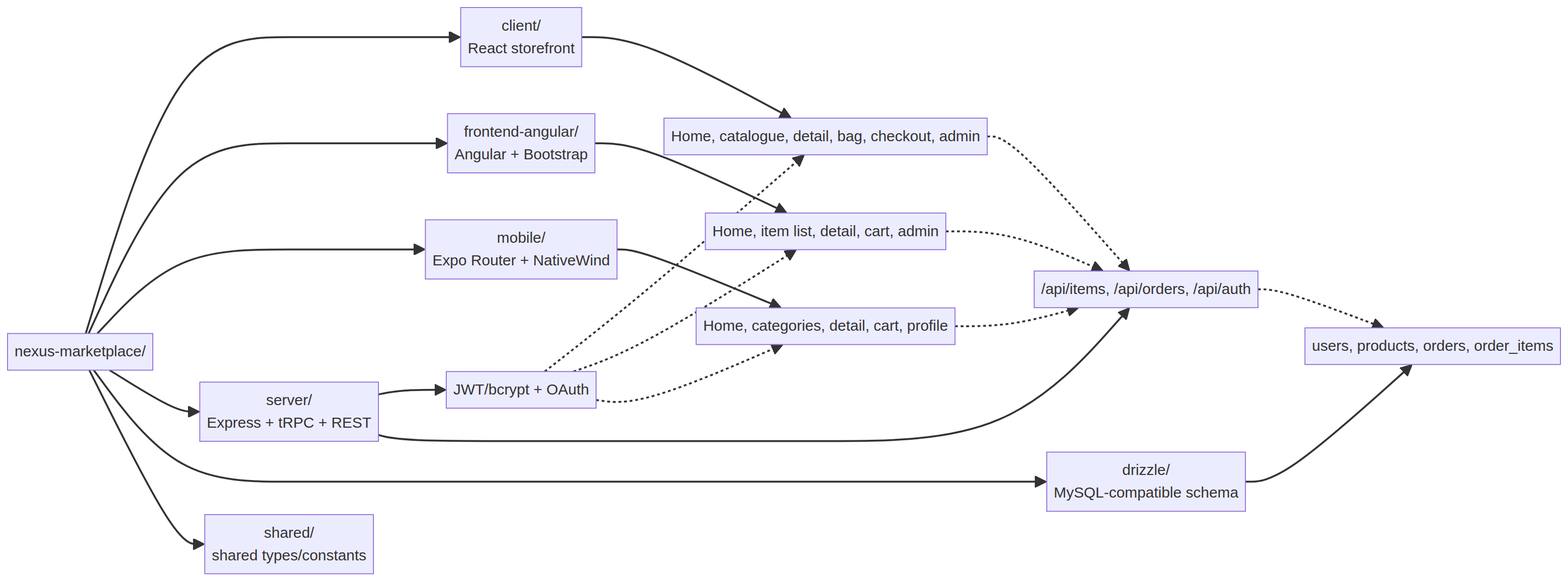
MusaNkosi08/nexus-marketplace keeps this Mermaid diagram as docs/nexus-folder-structure.png. Above is the earlier version. Its source is kept beside it as docs/nexus-folder-structure.mmd. Its diagram source:
```mermaid
flowchart LR
  ROOT["nexus-marketplace/"]
  ROOT --> WEB["client/\nReact storefront"]
  ROOT --> ANG["frontend-angular/\nAngular + Bootstrap"]
  ROOT --> MOB["mobile/\nExpo Router + NativeWind"]
  ROOT --> SERVER["server/\nExpress + tRPC + REST"]
  ROOT --> DB["drizzle/\nMySQL-compatible schema"]
  ROOT --> SHARED["shared/\nshared types/constants"]

  WEB --> WEBP["Home, catalogue, detail, bag, checkout, admin"]
  ANG --> ANGP["Home, item list, detail, cart, admin"]
  MOB --> MOBP["Home, categories, detail, cart, profile"]
  SERVER --> AUTH["JWT/bcrypt + OAuth"]
  SERVER --> API["/api/items, /api/orders, /api/auth"]
  DB --> TABLES["users, products, orders, order_items"]

  WEBP -.-> API
  ANGP -.-> API
  MOBP -.-> API
  API -.-> TABLES
  AUTH -.-> WEBP
  AUTH -.-> ANGP
  AUTH -.-> MOBP
```
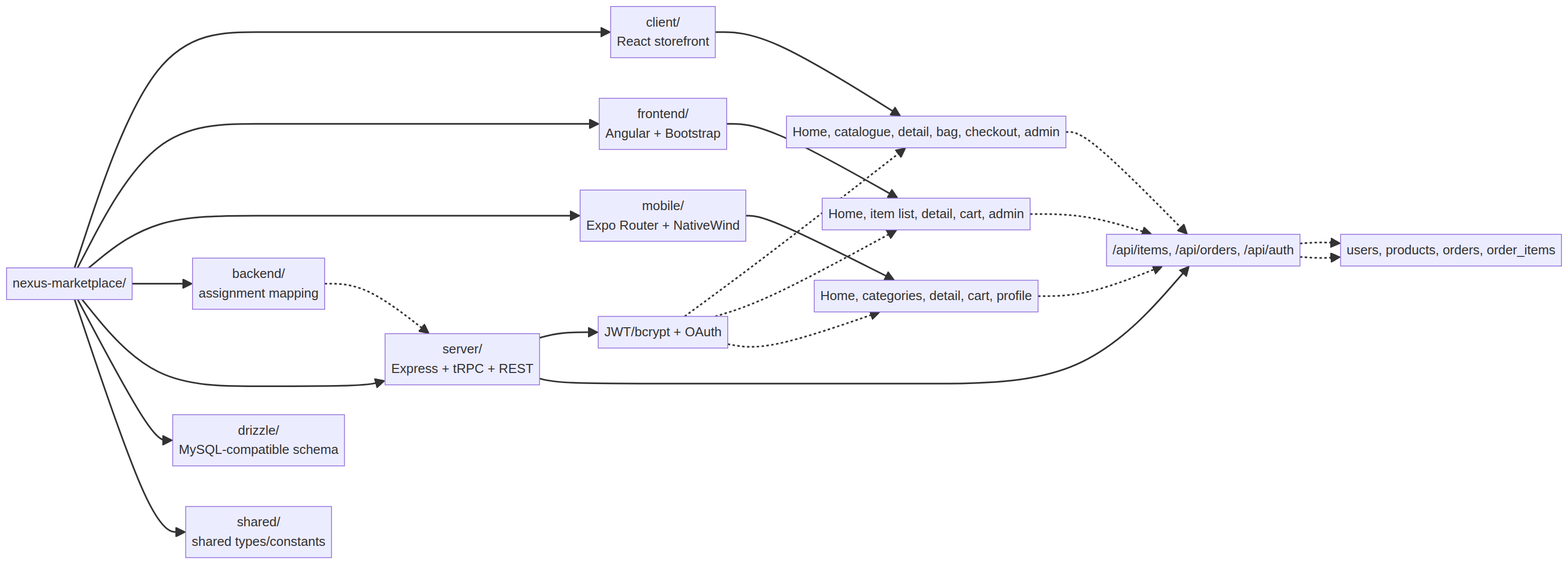
The same diagram one commit later.

Diff of the diagram source:
```diff
@@ -1,8 +1,9 @@
 flowchart LR
   ROOT["nexus-marketplace/"]
   ROOT --> WEB["client/\nReact storefront"]
-  ROOT --> ANG["frontend-angular/\nAngular + Bootstrap"]
+  ROOT --> ANG["frontend/\nAngular + Bootstrap"]
   ROOT --> MOB["mobile/\nExpo Router + NativeWind"]
+  ROOT --> BACKEND["backend/\nassignment mapping"]
   ROOT --> SERVER["server/\nExpress + tRPC + REST"]
   ROOT --> DB["drizzle/\nMySQL-compatible schema"]
   ROOT --> SHARED["shared/\nshared types/constants"]
@@ -12,7 +13,8 @@
   MOB --> MOBP["Home, categories, detail, cart, profile"]
   SERVER --> AUTH["JWT/bcrypt + OAuth"]
   SERVER --> API["/api/items, /api/orders, /api/auth"]
-  DB --> TABLES["users, products, orders, order_items"]
+  API -.-> TABLES["users, products, orders, order_items"]
+  BACKEND -.-> SERVER
 
   WEBP -.-> API
   ANGP -.-> API
```
